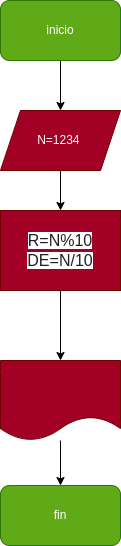
The draw.io diagram diagrama.png in Chalarcanicolas/invertir_numero_4digitos, before a commit. Source tidied: cells renumbered, new cells last; positions are measured from the earlier drawing's top-left corner, leaving out a move shared by most shapes.
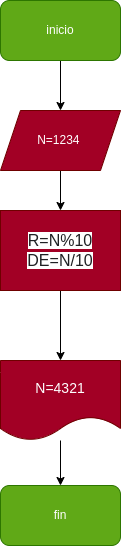
Later version of the same file.

Commit message:
diagrama corregido

What changed in the source:
```diff
@@ -23,7 +23,7 @@
     <mxCell id="8" style="edgeStyle=none;html=1;" parent="1" edge="1" source="9" target="10">
       <mxGeometry relative="1" as="geometry" />
     </mxCell>
-    <mxCell id="9" style="shape=document;whiteSpace=wrap;html=1;boundedLbl=1;fillColor=#a20025;fontColor=#ffffff;strokeColor=#6F0000;" parent="1" vertex="1">
+    <mxCell id="9" value="&lt;font style=&quot;font-size: 14px;&quot;&gt;N=4321&lt;/font&gt;" style="shape=document;whiteSpace=wrap;html=1;boundedLbl=1;fillColor=#a20025;fontColor=#ffffff;strokeColor=#6F0000;" parent="1" vertex="1">
       <mxGeometry y="360" width="120" height="80" as="geometry" />
     </mxCell>
     <mxCell id="10" value="fin" style="rounded=1;whiteSpace=wrap;html=1;fillColor=#60a917;fontColor=#ffffff;strokeColor=#2D7600;" parent="1" vertex="1">
```
